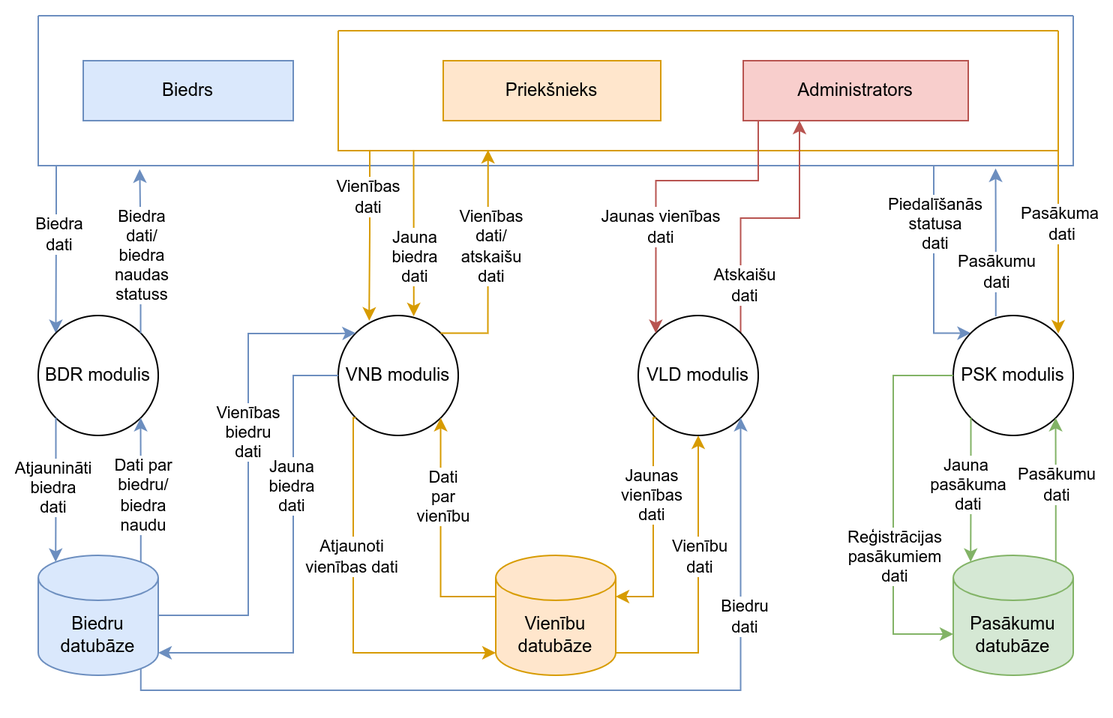
Before: Documentation/1_limena_dpd.png, a diagram exported from draw.io (JekabsVanags/LSGCO_IS). Source tidied: cells renumbered, new cells last; positions are measured from the earlier drawing's top-left corner, leaving out a move shared by most shapes.
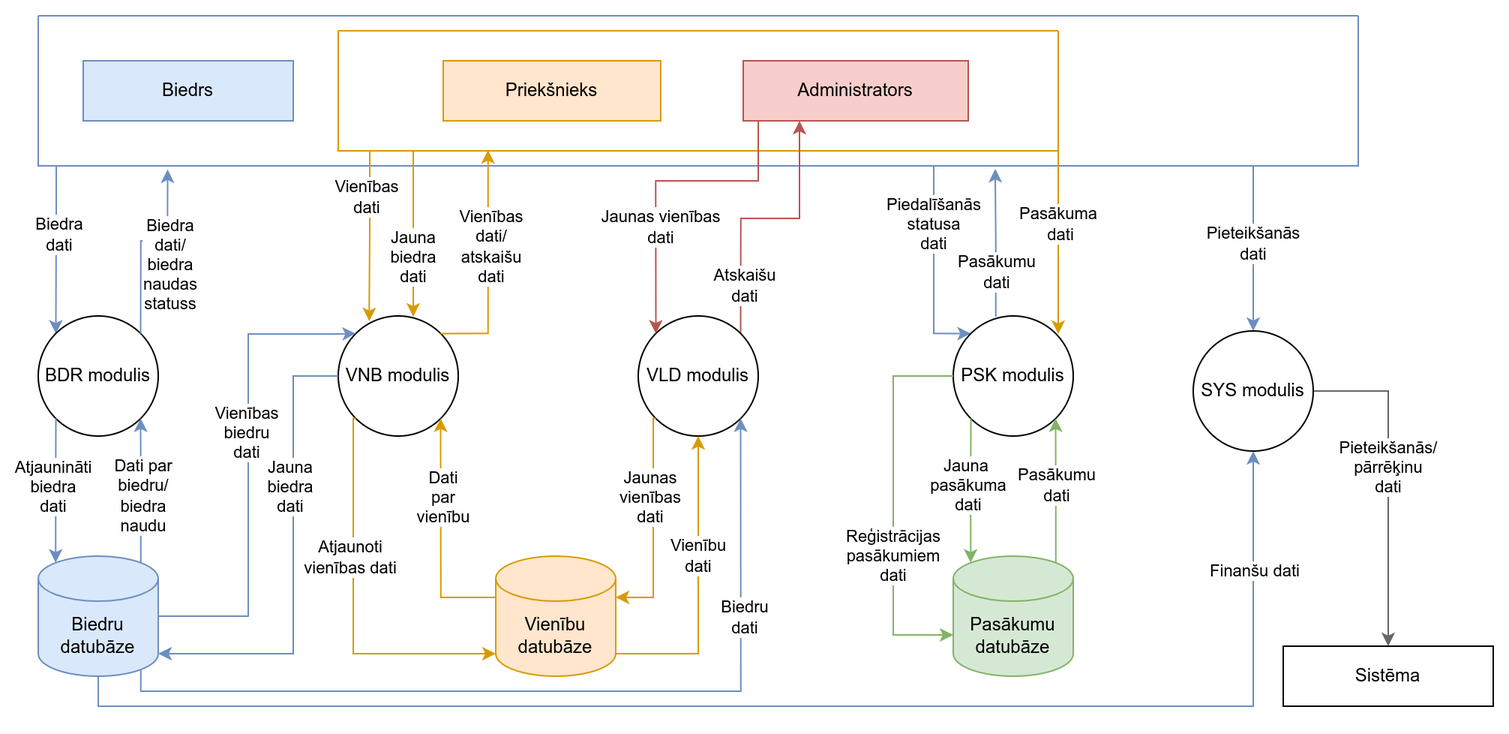
Later version of the same file.

The edit, as a diff of the source:
```diff
@@ -25,8 +25,18 @@
     <mxCell id="5" value="Piedalīšanās&lt;br&gt;statusa&lt;br&gt;dati" style="edgeLabel;html=1;align=center;verticalAlign=middle;" parent="4" vertex="1">
       <mxGeometry x="0.19" relative="1" as="geometry" />
     </mxCell>
+    <mxCell id="58" style="edgeStyle=orthogonalEdgeStyle;rounded=0;jettySize=auto;html=1;exitX=1;exitY=1;exitDx=0;exitDy=0;entryX=0.5;entryY=0;entryDx=0;entryDy=0;fillColor=#dae8fc;strokeColor=#6c8ebf;" parent="1" edge="1" source="6" target="64">
+      <mxGeometry relative="1" as="geometry">
+        <Array as="points">
+          <mxPoint x="810" y="100" />
+        </Array>
+      </mxGeometry>
+    </mxCell>
+    <mxCell id="59" value="Pieteikšanās&lt;br&gt;dati" style="edgeLabel;html=1;align=center;verticalAlign=middle;" parent="58" vertex="1">
+      <mxGeometry x="0.36" relative="1" as="geometry" />
+    </mxCell>
     <mxCell id="6" style="swimlane;startSize=0;fillColor=#dae8fc;strokeColor=#6c8ebf;" parent="1" vertex="1">
-      <mxGeometry width="690" height="100" as="geometry" />
+      <mxGeometry width="880" height="100" as="geometry" />
     </mxCell>
     <mxCell id="7" value="Biedrs" style="rounded=0;whiteSpace=wrap;html=1;fillColor=#dae8fc;strokeColor=#6c8ebf;" parent="6" vertex="1">
       <mxGeometry x="30" y="30" width="140" height="40" as="geometry" />
@@ -93,6 +103,12 @@
         <mxPoint y="23" as="offset" />
       </mxGeometry>
     </mxCell>
+    <mxCell id="60" style="edgeStyle=orthogonalEdgeStyle;rounded=0;jettySize=auto;html=1;exitX=0.5;exitY=1;exitDx=0;exitDy=0;exitPerimeter=0;entryX=0.5;entryY=1;entryDx=0;entryDy=0;fillColor=#dae8fc;strokeColor=#6c8ebf;" parent="1" edge="1" source="23" target="64">
+      <mxGeometry relative="1" as="geometry" />
+    </mxCell>
+    <mxCell id="61" value="Finanšu dati" style="edgeLabel;html=1;align=center;verticalAlign=middle;" parent="60" vertex="1">
+      <mxGeometry x="0.83" y="-1" relative="1" as="geometry" />
+    </mxCell>
     <mxCell id="23" value="Biedru datubāze" style="shape=cylinder3;whiteSpace=wrap;html=1;boundedLbl=1;backgroundOutline=1;size=15;fillColor=#dae8fc;strokeColor=#6c8ebf;" parent="1" vertex="1">
       <mxGeometry y="360" width="80" height="80" as="geometry" />
     </mxCell>
@@ -246,8 +262,14 @@
     <mxCell id="53" value="Pasākuma&lt;br&gt;&amp;nbsp;dati" style="edgeLabel;html=1;align=center;verticalAlign=middle;" parent="52" vertex="1">
       <mxGeometry x="-0.21" relative="1" as="geometry" />
     </mxCell>
-    <mxCell id="54" style="edgeStyle=orthogonalEdgeStyle;rounded=0;jettySize=auto;html=1;exitX=0.355;exitY=0.006;exitDx=0;exitDy=0;entryX=0.925;entryY=1.019;entryDx=0;entryDy=0;entryPerimeter=0;fillColor=#dae8fc;strokeColor=#6c8ebf;exitPerimeter=0;" parent="1" edge="1" source="16" target="6">
-      <mxGeometry relative="1" as="geometry" />
+    <mxCell id="54" style="edgeStyle=orthogonalEdgeStyle;rounded=0;jettySize=auto;html=1;exitX=0.355;exitY=0.006;exitDx=0;exitDy=0;fillColor=#dae8fc;strokeColor=#6c8ebf;exitPerimeter=0;" parent="1" edge="1" source="16">
+      <mxGeometry relative="1" as="geometry">
+        <mxPoint x="638" y="102" as="targetPoint" />
+        <Array as="points">
+          <mxPoint x="638" y="150" />
+          <mxPoint x="638" y="102" />
+        </Array>
+      </mxGeometry>
     </mxCell>
     <mxCell id="55" value="Pasākumu&lt;br&gt;dati" style="edgeLabel;html=1;align=center;verticalAlign=middle;" parent="54" vertex="1">
       <mxGeometry x="-0.26" y="1" relative="1" as="geometry">
@@ -267,5 +289,19 @@
         <mxPoint x="-1" y="18" as="offset" />
       </mxGeometry>
     </mxCell>
+    <mxCell id="62" style="edgeStyle=orthogonalEdgeStyle;rounded=0;jettySize=auto;html=1;exitX=1;exitY=0.5;exitDx=0;exitDy=0;fillColor=#f5f5f5;strokeColor=#666666;" parent="1" edge="1" source="64" target="65">
+      <mxGeometry relative="1" as="geometry" />
+    </mxCell>
+    <mxCell id="63" value="Pieteikšanās/&lt;br&gt;pārrēķinu&lt;br&gt;dati" style="edgeLabel;html=1;align=center;verticalAlign=middle;" parent="62" vertex="1">
+      <mxGeometry x="-0.37" relative="1" as="geometry">
+        <mxPoint y="31" as="offset" />
+      </mxGeometry>
+    </mxCell>
+    <mxCell id="64" value="SYS modulis" style="ellipse;whiteSpace=wrap;html=1;" parent="1" vertex="1">
+      <mxGeometry x="770" y="210" width="80" height="80" as="geometry" />
+    </mxCell>
+    <mxCell id="65" value="Sistēma" style="rounded=0;whiteSpace=wrap;html=1;" parent="1" vertex="1">
+      <mxGeometry x="830" y="420" width="140" height="40" as="geometry" />
+    </mxCell>
   </root>
 </mxGraphModel>
```
